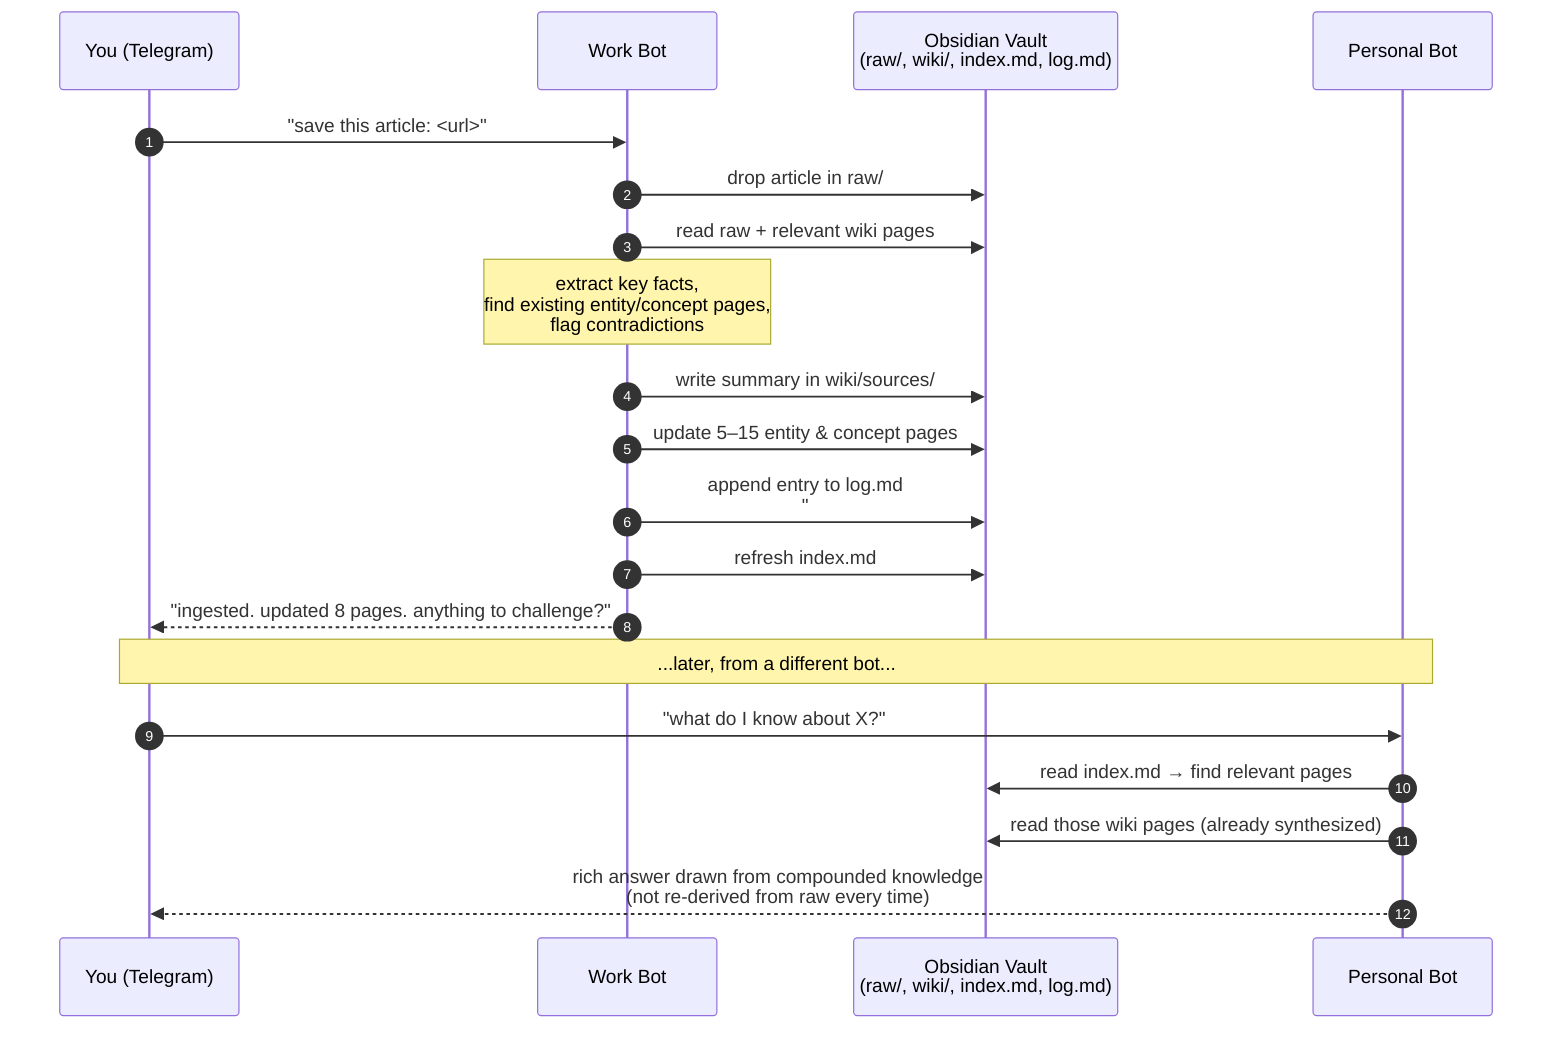
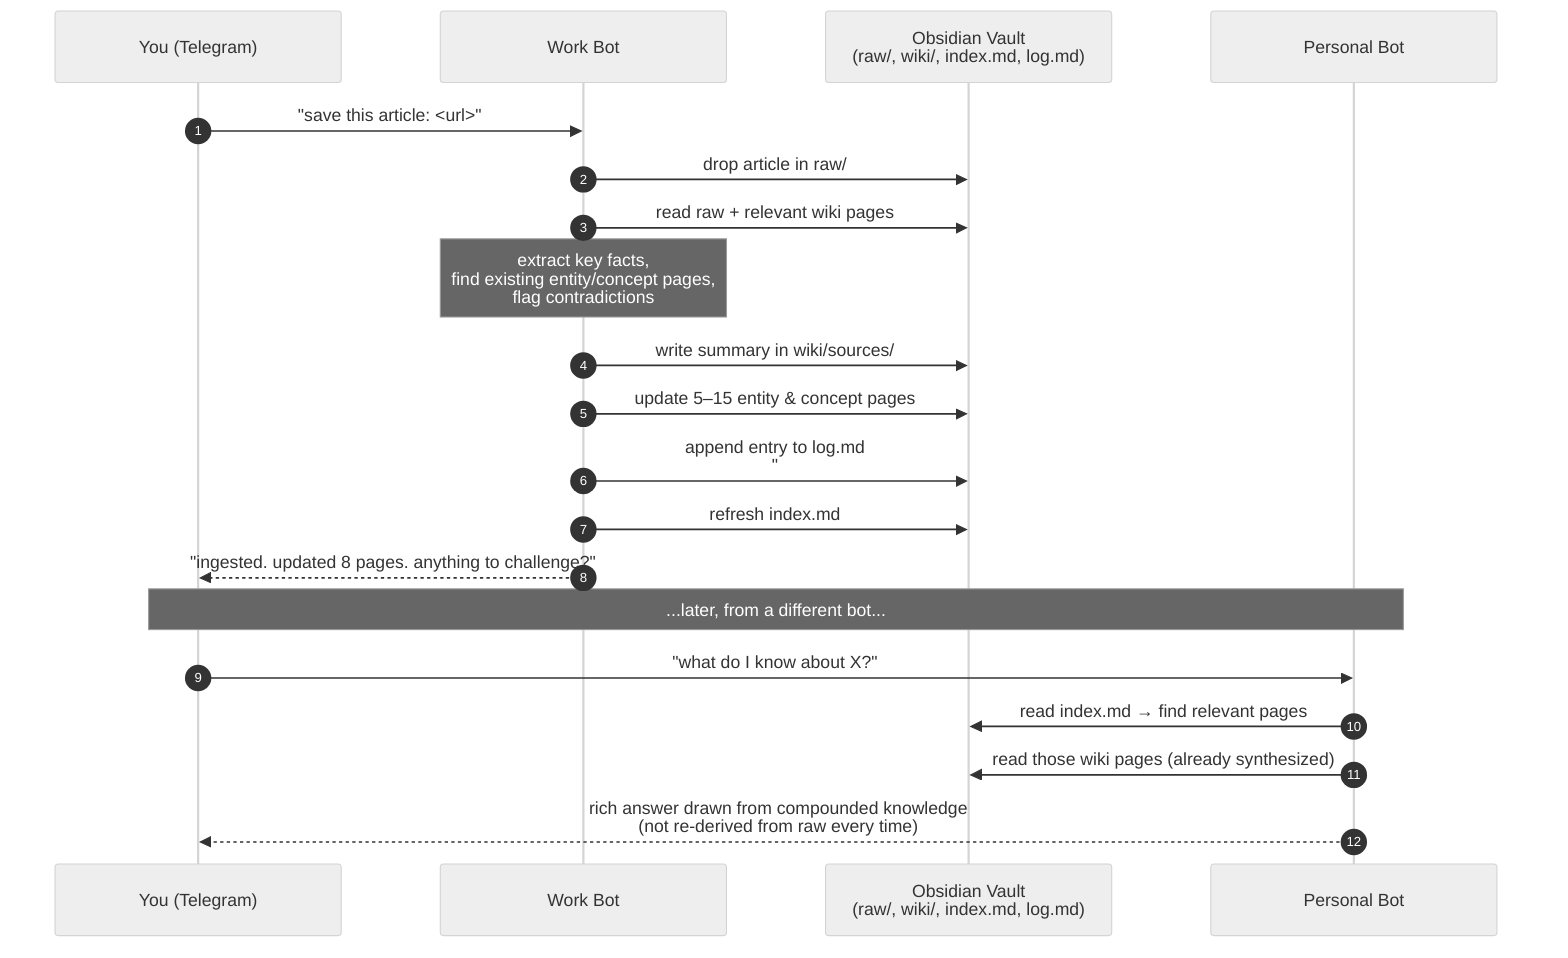
+ ---
+ config:
+   theme: neutral
+   sequence:
+     actorMargin: 90
+     boxMargin: 10
+     boxTextMargin: 8
+     width: 260
+     wrap: true
+ ---
sequenceDiagram
    autonumber
    participant U as You (Telegram)
    participant W as Work Bot
    participant V as Obsidian Vault<br/>(raw/, wiki/, index.md, log.md)
    participant P as Personal Bot

    U->>W: "save this article: <url>"
    W->>V: drop article in raw/
    W->>V: read raw + relevant wiki pages
    Note over W: extract key facts,<br/>find existing entity/concept pages,<br/>flag contradictions
    W->>V: write summary in wiki/sources/
    W->>V: update 5–15 entity & concept pages
    W->>V: append entry to log.md<br/>"## [2026-05-06] ingest | Article Title"
    W->>V: refresh index.md
    W-->>U: "ingested. updated 8 pages. anything to challenge?"

    Note over U,P: ...later, from a different bot...

    U->>P: "what do I know about X?"
    P->>V: read index.md → find relevant pages
    P->>V: read those wiki pages (already synthesized)
    P-->>U: rich answer drawn from compounded knowledge<br/>(not re-derived from raw every time)
